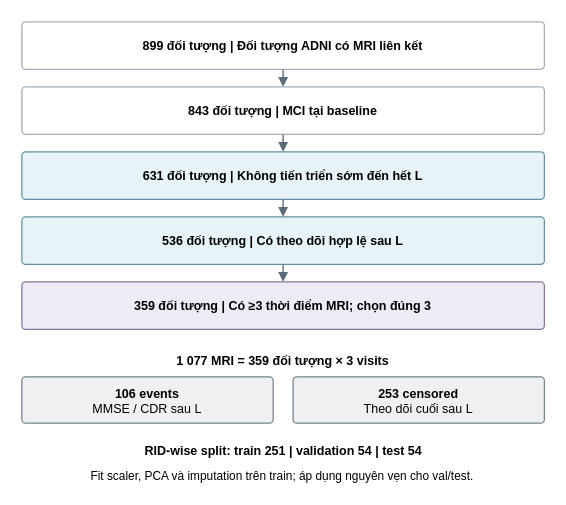
Above: figures_source/cohort-construction.drawio in moimoi05/kltn (draw.io), before the change. Source tidied: cells renumbered, new cells numbered last; positions are measured from the earlier drawing's top-left corner, leaving out a move shared by most shapes. Both pictures are drawn from the tidied source at 125%, with x=0, y=0 at pixel (21, 21).
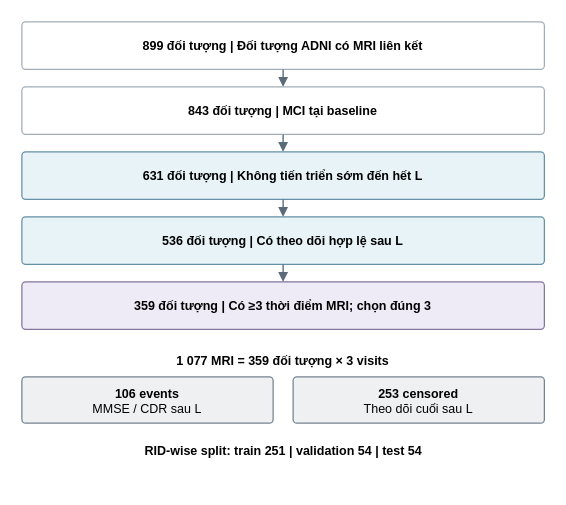
The same diagram, later.

Change to the diagram source:
```diff
@@
 <mxGraphModel background="#FFFFFF">
   <root>
     <mxCell id="0" />
     <mxCell id="1" parent="0" />
     <mxCell id="2" value="&lt;b&gt;899 đối tượng   |   Đối tượng ADNI có MRI liên kết&lt;/b&gt;" style="html=1;fontFamily=Arial;fontColor=#000000;whiteSpace=wrap;rounded=1;arcSize=8;fillColor=#FFFFFF;strokeColor=#A2ADB7;strokeWidth=1;fontSize=10;spacing=5;" parent="1" vertex="1">
       <mxGeometry width="418" height="38" as="geometry" />
     </mxCell>
     <mxCell id="3" style="html=1;fontFamily=Arial;fontColor=#000000;whiteSpace=wrap;edgeStyle=none;rounded=0;endArrow=block;endFill=1;endSize=5;startArrow=none;startFill=1;startSize=5;strokeColor=#5C6B79;strokeWidth=1.1;" parent="1" edge="1">
       <mxGeometry relative="1" as="geometry">
         <mxPoint x="209" y="38" as="sourcePoint" />
         <mxPoint x="209" y="52" as="targetPoint" />
       </mxGeometry>
     </mxCell>
     <mxCell id="4" value="&lt;b&gt;843 đối tượng   |   MCI tại baseline&lt;/b&gt;" style="html=1;fontFamily=Arial;fontColor=#000000;whiteSpace=wrap;rounded=1;arcSize=8;fillColor=#FFFFFF;strokeColor=#A2ADB7;strokeWidth=1;fontSize=10;spacing=5;" parent="1" vertex="1">
       <mxGeometry y="52" width="418" height="38" as="geometry" />
     </mxCell>
     <mxCell id="5" style="html=1;fontFamily=Arial;fontColor=#000000;whiteSpace=wrap;edgeStyle=none;rounded=0;endArrow=block;endFill=1;endSize=5;startArrow=none;startFill=1;startSize=5;strokeColor=#5C6B79;strokeWidth=1.1;" parent="1" edge="1">
       <mxGeometry relative="1" as="geometry">
         <mxPoint x="209" y="90" as="sourcePoint" />
         <mxPoint x="209" y="104" as="targetPoint" />
       </mxGeometry>
     </mxCell>
     <mxCell id="6" value="&lt;b&gt;631 đối tượng   |   Không tiến triển sớm đến hết L&lt;/b&gt;" style="html=1;fontFamily=Arial;fontColor=#000000;whiteSpace=wrap;rounded=1;arcSize=8;fillColor=#E8F3F8;strokeColor=#6590A5;strokeWidth=1;fontSize=10;spacing=5;" parent="1" vertex="1">
       <mxGeometry y="104" width="418" height="38" as="geometry" />
     </mxCell>
     <mxCell id="7" style="html=1;fontFamily=Arial;fontColor=#000000;whiteSpace=wrap;edgeStyle=none;rounded=0;endArrow=block;endFill=1;endSize=5;startArrow=none;startFill=1;startSize=5;strokeColor=#5C6B79;strokeWidth=1.1;" parent="1" edge="1">
       <mxGeometry relative="1" as="geometry">
         <mxPoint x="209" y="142" as="sourcePoint" />
         <mxPoint x="209" y="156" as="targetPoint" />
       </mxGeometry>
     </mxCell>
     <mxCell id="8" value="&lt;b&gt;536 đối tượng   |   Có theo dõi hợp lệ sau L&lt;/b&gt;" style="html=1;fontFamily=Arial;fontColor=#000000;whiteSpace=wrap;rounded=1;arcSize=8;fillColor=#E8F3F8;strokeColor=#6590A5;strokeWidth=1;fontSize=10;spacing=5;" parent="1" vertex="1">
       <mxGeometry y="156" width="418" height="38" as="geometry" />
     </mxCell>
     <mxCell id="9" style="html=1;fontFamily=Arial;fontColor=#000000;whiteSpace=wrap;edgeStyle=none;rounded=0;endArrow=block;endFill=1;endSize=5;startArrow=none;startFill=1;startSize=5;strokeColor=#5C6B79;strokeWidth=1.1;" parent="1" edge="1">
       <mxGeometry relative="1" as="geometry">
         <mxPoint x="209" y="194" as="sourcePoint" />
         <mxPoint x="209" y="208" as="targetPoint" />
       </mxGeometry>
     </mxCell>
     <mxCell id="10" value="&lt;b&gt;359 đối tượng   |   Có ≥3 thời điểm MRI; chọn đúng 3&lt;/b&gt;" style="html=1;fontFamily=Arial;fontColor=#000000;whiteSpace=wrap;rounded=1;arcSize=8;fillColor=#EEEAF6;strokeColor=#86759D;strokeWidth=1;fontSize=10;spacing=5;" parent="1" vertex="1">
       <mxGeometry y="208" width="418" height="38" as="geometry" />
     </mxCell>
     <mxCell id="11" value="1 077 MRI = 359 đối tượng × 3 visits" style="html=1;fontFamily=Arial;fontColor=#000000;whiteSpace=wrap;text;strokeColor=none;fillColor=none;fontSize=10;fontStyle=1;align=center;verticalAlign=top;spacing=0;" parent="1" vertex="1">
       <mxGeometry x="123" y="261" width="172" height="12.4" as="geometry" />
     </mxCell>
     <mxCell id="12" value="&lt;b&gt;106 events&lt;/b&gt;&lt;br&gt;MMSE / CDR sau L" style="html=1;fontFamily=Arial;fontColor=#000000;whiteSpace=wrap;rounded=1;arcSize=8;fillColor=#EEF0F2;strokeColor=#77838F;strokeWidth=1;fontSize=10;spacing=5;" parent="1" vertex="1">
       <mxGeometry y="284" width="201" height="37" as="geometry" />
     </mxCell>
     <mxCell id="13" value="&lt;b&gt;253 censored&lt;/b&gt;&lt;br&gt;Theo dõi cuối sau L" style="html=1;fontFamily=Arial;fontColor=#000000;whiteSpace=wrap;rounded=1;arcSize=8;fillColor=#EEF0F2;strokeColor=#77838F;strokeWidth=1;fontSize=10;spacing=5;" parent="1" vertex="1">
       <mxGeometry x="217" y="284" width="201" height="37" as="geometry" />
     </mxCell>
     <mxCell id="14" value="RID-wise split: train 251  |  validation 54  |  test 54" style="html=1;fontFamily=Arial;fontColor=#000000;whiteSpace=wrap;text;strokeColor=none;fillColor=none;fontSize=10;fontStyle=1;align=center;verticalAlign=top;spacing=0;" parent="1" vertex="1">
       <mxGeometry x="91.6" y="333" width="234.9" height="12.4" as="geometry" />
     </mxCell>
-    <mxCell id="15" value="Fit scaler, PCA và imputation trên train; áp dụng nguyên vẹn cho val/test." style="html=1;fontFamily=Arial;fontColor=#000000;whiteSpace=wrap;text;strokeColor=none;fillColor=none;fontSize=9.5;fontStyle=0;align=center;verticalAlign=top;spacing=0;" parent="1" vertex="1">
-      <mxGeometry x="54.3" y="353" width="309.3" height="11.8" as="geometry" />
-    </mxCell>
   </root>
 </mxGraphModel>
```
